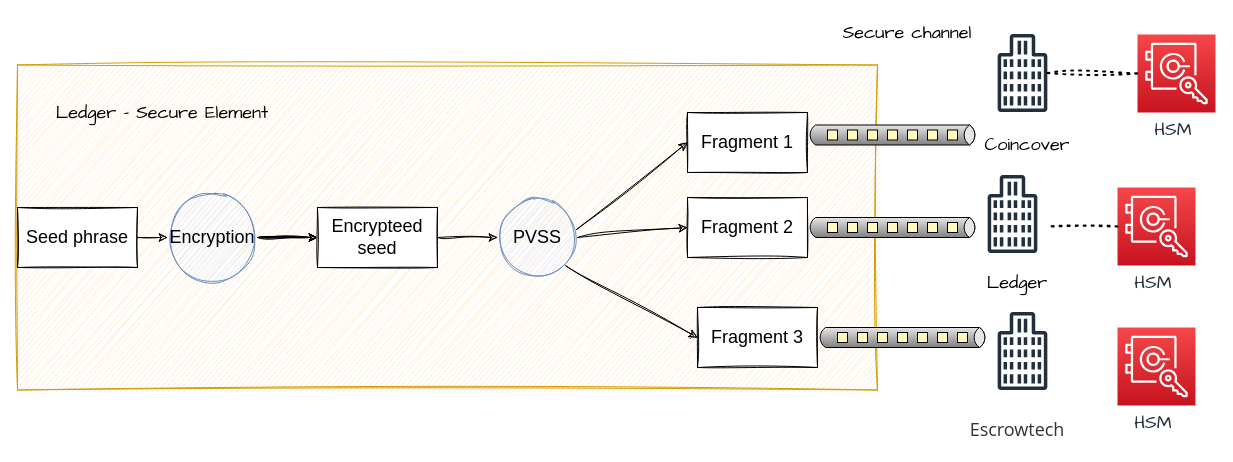
Earlier version of the draw.io diagram schema/wallet/Ledger.drawio (rya-sge/access-denied). Source tidied: cells renumbered, new cells numbered last; positions are measured from the earlier drawing's top-left corner, leaving out a move shared by most shapes. Both pictures are drawn from the tidied source at 100%, with x=0, y=0 at pixel (17, 17).
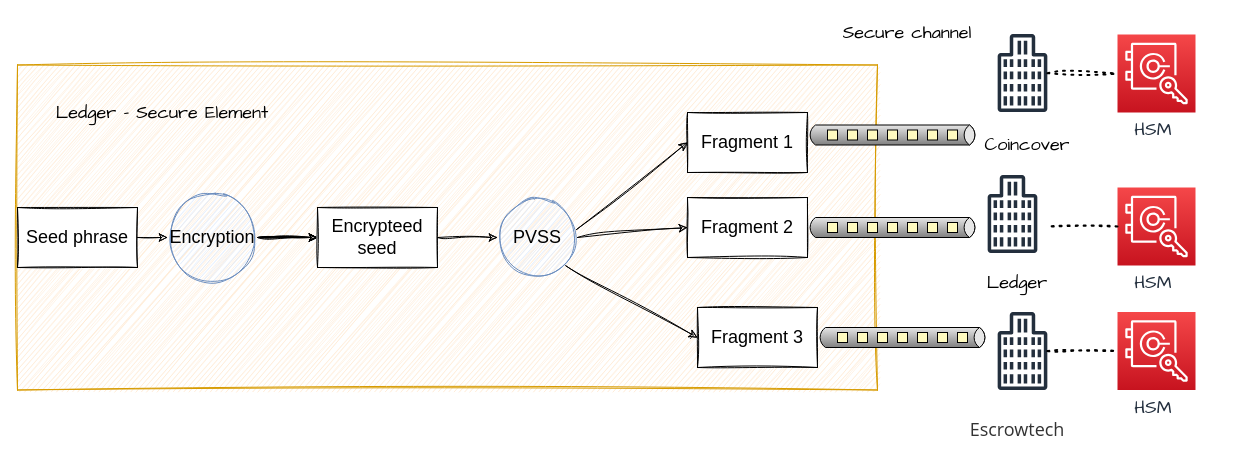
The same diagram, later.

Unchanged cells that the change refers to:
```xml
<mxCell id="29" style="sketch=0;outlineConnect=0;fontColor=#232F3E;gradientColor=none;fillColor=#232F3D;strokeColor=none;dashed=0;verticalLabelPosition=bottom;verticalAlign=top;align=center;html=1;fontSize=18;fontStyle=0;shape=mxgraph.aws4.office_building;hachureGap=4;jiggle=2;fontFamily=Architects Daughter;" parent="1" vertex="1">
  <mxGeometry x="980" y="294.5" width="50" height="78" as="geometry" />
</mxCell>
```

The edit, as a diff of the source:
```diff
@@
     <mxCell id="20" value="HSM&amp;nbsp;" style="sketch=0;points=[[0,0,0],[0.25,0,0],[0.5,0,0],[0.75,0,0],[1,0,0],[0,1,0],[0.25,1,0],[0.5,1,0],[0.75,1,0],[1,1,0],[0,0.25,0],[0,0.5,0],[0,0.75,0],[1,0.25,0],[1,0.5,0],[1,0.75,0]];outlineConnect=0;fontColor=#232F3E;gradientColor=#F54749;gradientDirection=north;fillColor=#C7131F;strokeColor=#ffffff;dashed=0;verticalLabelPosition=bottom;verticalAlign=top;align=center;html=1;fontSize=18;fontStyle=0;shape=mxgraph.aws4.resourceIcon;resIcon=mxgraph.aws4.cloudhsm;hachureGap=4;jiggle=2;fontFamily=Architects Daughter;" parent="1" vertex="1">
-      <mxGeometry x="1120" y="17" width="78" height="78" as="geometry" />
+      <mxGeometry x="1100" y="17" width="78" height="78" as="geometry" />
     </mxCell>
@@
     <mxCell id="25" value="HSM&amp;nbsp;" style="sketch=0;points=[[0,0,0],[0.25,0,0],[0.5,0,0],[0.75,0,0],[1,0,0],[0,1,0],[0.25,1,0],[0.5,1,0],[0.75,1,0],[1,1,0],[0,0.25,0],[0,0.5,0],[0,0.75,0],[1,0.25,0],[1,0.5,0],[1,0.75,0]];outlineConnect=0;fontColor=#232F3E;gradientColor=#F54749;gradientDirection=north;fillColor=#C7131F;strokeColor=#ffffff;dashed=0;verticalLabelPosition=bottom;verticalAlign=top;align=center;html=1;fontSize=18;fontStyle=0;shape=mxgraph.aws4.resourceIcon;resIcon=mxgraph.aws4.cloudhsm;hachureGap=4;jiggle=2;fontFamily=Architects Daughter;" parent="1" vertex="1">
-      <mxGeometry x="1100" y="310" width="78" height="78" as="geometry" />
+      <mxGeometry x="1100" y="294.5" width="78" height="78" as="geometry" />
     </mxCell>
@@
+    <mxCell id="35" style="endArrow=none;dashed=1;html=1;dashPattern=1 3;strokeWidth=2;rounded=0;sketch=1;hachureGap=4;jiggle=2;fontFamily=Architects Daughter;fontSize=18;entryX=0;entryY=0.5;entryDx=0;entryDy=0;entryPerimeter=0;" parent="1" edge="1" source="29" target="25">
+      <mxGeometry relative="1" as="geometry" />
+    </mxCell>
```
